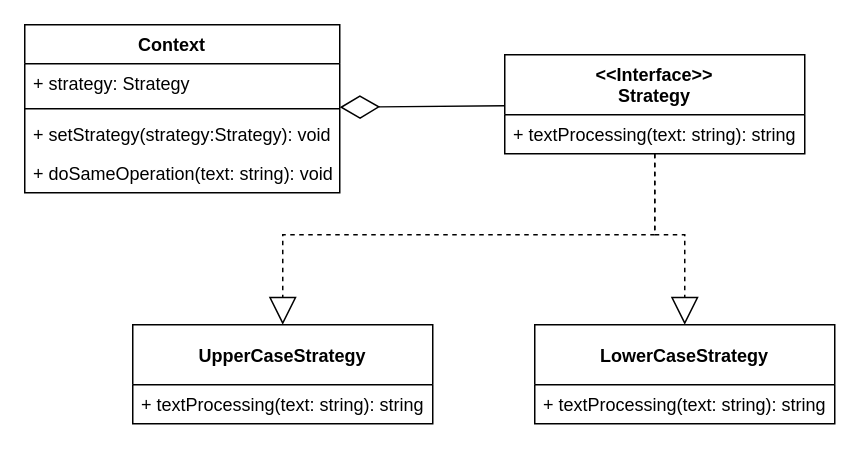
MaksimPyatak/TS keeps this draw.io diagram as Patterns/Behavioral Patterns/Strategy/strategy.drawio. Above is the earlier version. Source tidied: cells renumbered, new cells numbered last; positions are measured from the earlier drawing's top-left corner, leaving out a move shared by most shapes. Both pictures are drawn from the tidied source at 150%, with x=0, y=0 at pixel (24, 24).
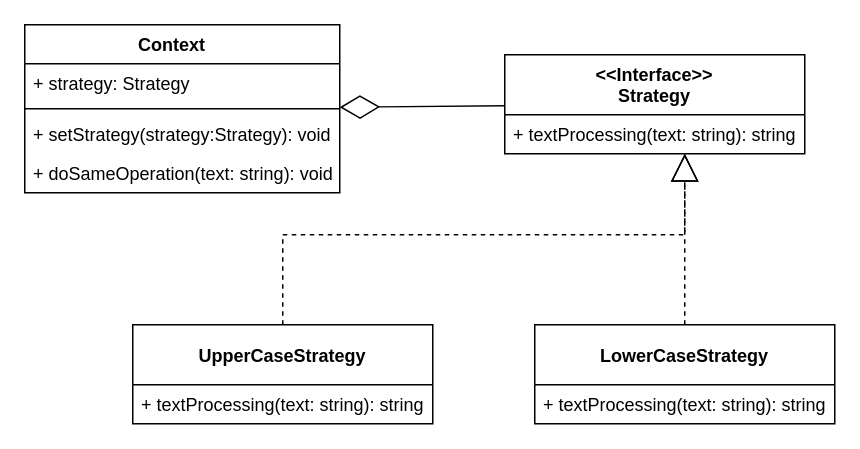
Above is the later version.

The edit, as a diff of the source:
```diff
@@
 <mxGraphModel>
   <root>
     <mxCell id="0" />
     <mxCell id="1" parent="0" />
     <mxCell id="2" value="Context    " style="swimlane;fontStyle=1;align=center;verticalAlign=top;horizontal=1;startSize=26;" parent="1" vertex="1">
       <mxGeometry width="210" height="112" as="geometry" />
     </mxCell>
     <mxCell id="3" value="+ strategy: Strategy" style="text;strokeColor=none;fillColor=none;align=left;verticalAlign=top;spacingLeft=4;spacingRight=4;overflow=hidden;" parent="2" vertex="1">
       <mxGeometry y="26" width="210" height="26" as="geometry" />
     </mxCell>
     <mxCell id="4" style="line;strokeWidth=1;fillColor=none;align=left;verticalAlign=middle;spacingTop=-1;spacingLeft=3;spacingRight=3;labelPosition=right;strokeColor=inherit;" parent="2" vertex="1">
       <mxGeometry y="52" width="210" height="8" as="geometry" />
     </mxCell>
     <mxCell id="5" value="+ setStrategy(strategy:Strategy): void" style="text;strokeColor=none;fillColor=none;align=left;verticalAlign=top;spacingLeft=4;spacingRight=4;overflow=hidden;" parent="2" vertex="1">
       <mxGeometry y="60" width="210" height="26" as="geometry" />
     </mxCell>
     <mxCell id="6" value="+ doSameOperation(text: string): void" style="text;strokeColor=none;fillColor=none;align=left;verticalAlign=top;spacingLeft=4;spacingRight=4;overflow=hidden;" parent="2" vertex="1">
       <mxGeometry y="86" width="210" height="26" as="geometry" />
     </mxCell>
-    <mxCell id="7" style="edgeStyle=orthogonalEdgeStyle;rounded=0;jettySize=auto;html=1;endArrow=block;endFill=0;dashed=1;endSize=16;" parent="1" edge="1" source="8" target="10">
+    <mxCell id="7" style="edgeStyle=orthogonalEdgeStyle;rounded=0;orthogonalLoop=1;jettySize=auto;html=1;endArrow=block;endFill=0;dashed=1;endSize=16;" parent="1" edge="1">
       <mxGeometry relative="1" as="geometry">
+        <mxPoint x="172" y="200" as="sourcePoint" />
+        <mxPoint x="440" y="86" as="targetPoint" />
         <Array as="points">
-          <mxPoint x="420" y="140" />
+          <mxPoint x="172" y="140" />
           <mxPoint x="440" y="140" />
         </Array>
       </mxGeometry>
     </mxCell>
     <mxCell id="8" value="&lt;&lt;Interface&gt;&gt;&#10;Strategy" style="swimlane;fontStyle=1;horizontal=1;startSize=40;fillColor=none;" parent="1" vertex="1">
       <mxGeometry x="320" y="20" width="200" height="66" as="geometry" />
     </mxCell>
     <mxCell id="9" value="+ textProcessing(text: string): string" style="text;strokeColor=none;fillColor=none;align=left;verticalAlign=top;spacingLeft=4;spacingRight=4;overflow=hidden;" parent="8" vertex="1">
       <mxGeometry y="40" width="200" height="26" as="geometry" />
     </mxCell>
     <mxCell id="10" value="LowerCaseStrategy" style="swimlane;fontStyle=1;horizontal=1;startSize=40;fillColor=none;" parent="1" vertex="1">
       <mxGeometry x="340" y="200" width="200" height="66" as="geometry" />
     </mxCell>
     <mxCell id="11" value="+ textProcessing(text: string): string" style="text;strokeColor=none;fillColor=none;align=left;verticalAlign=top;spacingLeft=4;spacingRight=4;overflow=hidden;" parent="10" vertex="1">
       <mxGeometry y="40" width="200" height="26" as="geometry" />
     </mxCell>
     <mxCell id="12" value="UpperCaseStrategy" style="swimlane;fontStyle=1;horizontal=1;startSize=40;fillColor=none;" parent="1" vertex="1">
       <mxGeometry x="72" y="200" width="200" height="66" as="geometry" />
     </mxCell>
     <mxCell id="13" value="+ textProcessing(text: string): string" style="text;strokeColor=none;fillColor=none;align=left;verticalAlign=top;spacingLeft=4;spacingRight=4;overflow=hidden;" parent="12" vertex="1">
       <mxGeometry y="40" width="200" height="26" as="geometry" />
     </mxCell>
-    <mxCell id="14" style="edgeStyle=orthogonalEdgeStyle;rounded=0;jettySize=auto;html=1;endArrow=block;endFill=0;dashed=1;endSize=16;" parent="1" edge="1" source="8" target="12">
+    <mxCell id="14" style="edgeStyle=orthogonalEdgeStyle;rounded=0;jettySize=auto;html=1;endArrow=block;endFill=0;dashed=1;endSize=16;" parent="1" edge="1" source="10" target="8">
       <mxGeometry relative="1" as="geometry">
         <Array as="points">
-          <mxPoint x="420" y="140" />
-          <mxPoint x="172" y="140" />
+          <mxPoint x="440" y="120" />
+          <mxPoint x="440" y="120" />
         </Array>
       </mxGeometry>
     </mxCell>
     <mxCell id="15" style="endArrow=diamondThin;endFill=0;endSize=24;html=1;rounded=0;" parent="1" edge="1" source="8" target="2">
       <mxGeometry relative="1" as="geometry" />
     </mxCell>
   </root>
 </mxGraphModel>
```
